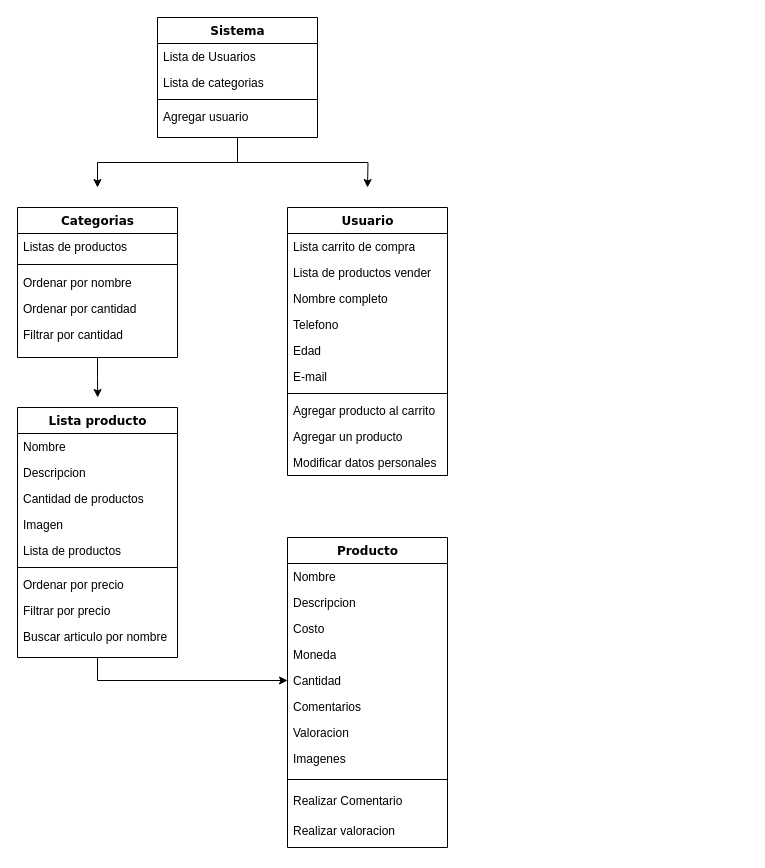
This is Untitled Diagram.drawio from gustavoDuarte96/obligatorioJAP, a draw.io file, before an edit. Source tidied: cells renumbered, new cells numbered last; positions are measured from the earlier drawing's top-left corner, leaving out a move shared by most shapes. Both pictures are drawn from the tidied source at 100%, with x=0, y=0 at pixel (17, 17).
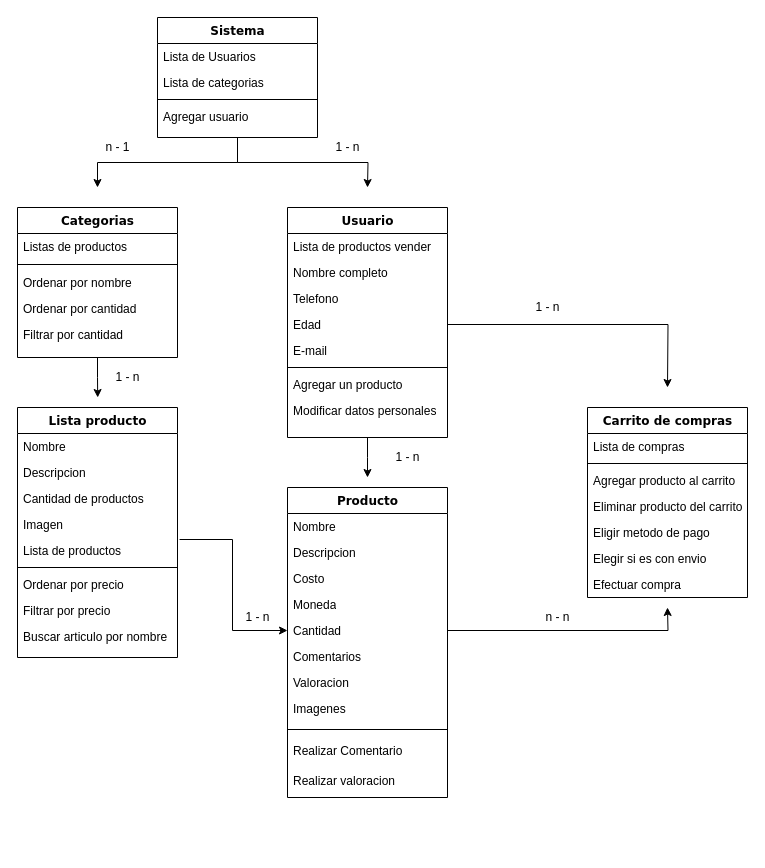
The same page after the edit.

Commit message:
Diagrama terminado

Unchanged cells that the change refers to:
```xml
<mxCell id="21" value="Lista producto" style="swimlane;html=1;fontStyle=1;align=center;verticalAlign=top;horizontal=1;startSize=26;swimlaneFillColor=#ffffff;rounded=0;shadow=0;comic=0;labelBackgroundColor=none;strokeWidth=1;fillColor=none;fontFamily=Verdana;fontSize=12;" parent="1" vertex="1">
  <mxGeometry y="390" width="160" height="250" as="geometry" />
</mxCell>
<mxCell id="25" value="Imagen&lt;br&gt;" style="text;html=1;strokeColor=none;fillColor=none;align=left;verticalAlign=top;spacingLeft=4;spacingRight=4;whiteSpace=wrap;overflow=hidden;points=[[0,0.5],[1,0.5]];portConstraint=eastwest;" parent="21" vertex="1">
  <mxGeometry y="104" width="160" height="26" as="geometry" />
</mxCell>
<mxCell id="36" value="Cantidad&lt;br&gt;" style="text;html=1;strokeColor=none;fillColor=none;align=left;verticalAlign=top;spacingLeft=4;spacingRight=4;whiteSpace=wrap;overflow=hidden;points=[[0,0.5],[1,0.5]];portConstraint=eastwest;" parent="31" vertex="1">
  <mxGeometry y="130" width="160" height="26" as="geometry" />
</mxCell>
```

Diff of the diagram source:
```diff
@@
+    <mxCell id="50" style="edgeStyle=orthogonalEdgeStyle;rounded=0;jettySize=auto;html=1;exitX=0.5;exitY=1;exitDx=0;exitDy=0;" parent="1" edge="1" source="9">
+      <mxGeometry relative="1" as="geometry">
+        <mxPoint x="350" y="460" as="targetPoint" />
+      </mxGeometry>
+    </mxCell>
     <mxCell id="9" value="Usuario" style="swimlane;html=1;fontStyle=1;align=center;verticalAlign=top;horizontal=1;startSize=26;swimlaneFillColor=#ffffff;rounded=0;shadow=0;comic=0;labelBackgroundColor=none;strokeWidth=1;fillColor=none;fontFamily=Verdana;fontSize=12;" parent="1" vertex="1">
-      <mxGeometry x="270" y="190" width="160" height="268" as="geometry" />
+      <mxGeometry x="270" y="190" width="160" height="230" as="geometry" />
     </mxCell>
-    <mxCell id="10" value="Lista carrito de compra&lt;br&gt;" style="text;html=1;strokeColor=none;fillColor=none;align=left;verticalAlign=top;spacingLeft=4;spacingRight=4;whiteSpace=wrap;overflow=hidden;" parent="9" vertex="1">
-      <mxGeometry y="26" width="160" height="26" as="geometry" />
-    </mxCell>
     <mxCell id="11" value="Lista de productos vender" style="text;html=1;strokeColor=none;fillColor=none;align=left;verticalAlign=top;spacingLeft=4;spacingRight=4;whiteSpace=wrap;overflow=hidden;" parent="9" vertex="1">
-      <mxGeometry y="52" width="160" height="26" as="geometry" />
+      <mxGeometry y="26" width="160" height="26" as="geometry" />
     </mxCell>
     <mxCell id="12" value="Nombre completo" style="text;html=1;strokeColor=none;fillColor=none;align=left;verticalAlign=top;spacingLeft=4;spacingRight=4;whiteSpace=wrap;overflow=hidden;" parent="9" vertex="1">
-      <mxGeometry y="78" width="160" height="26" as="geometry" />
+      <mxGeometry y="52" width="160" height="26" as="geometry" />
     </mxCell>
     <mxCell id="13" value="Telefono" style="text;html=1;strokeColor=none;fillColor=none;align=left;verticalAlign=top;spacingLeft=4;spacingRight=4;whiteSpace=wrap;overflow=hidden;" parent="9" vertex="1">
-      <mxGeometry y="104" width="160" height="26" as="geometry" />
+      <mxGeometry y="78" width="160" height="26" as="geometry" />
     </mxCell>
     <mxCell id="14" value="Edad" style="text;html=1;strokeColor=none;fillColor=none;align=left;verticalAlign=top;spacingLeft=4;spacingRight=4;whiteSpace=wrap;overflow=hidden;points=[[0,0.5],[1,0.5]];portConstraint=eastwest;" parent="9" vertex="1">
-      <mxGeometry y="130" width="160" height="26" as="geometry" />
+      <mxGeometry y="104" width="160" height="26" as="geometry" />
     </mxCell>
     <mxCell id="15" value="E-mail" style="text;html=1;strokeColor=none;fillColor=none;align=left;verticalAlign=top;spacingLeft=4;spacingRight=4;whiteSpace=wrap;overflow=hidden;" parent="9" vertex="1">
-      <mxGeometry y="156" width="160" height="26" as="geometry" />
+      <mxGeometry y="130" width="160" height="26" as="geometry" />
     </mxCell>
     <mxCell id="16" style="line;html=1;strokeWidth=1;fillColor=none;align=left;verticalAlign=middle;spacingTop=-1;spacingLeft=3;spacingRight=3;labelPosition=right;" parent="9" vertex="1">
-      <mxGeometry y="182" width="160" height="8" as="geometry" />
+      <mxGeometry y="156" width="160" height="8" as="geometry" />
     </mxCell>
-    <mxCell id="17" value="Agregar producto al carrito" style="text;html=1;strokeColor=none;fillColor=none;align=left;verticalAlign=top;spacingLeft=4;spacingRight=4;whiteSpace=wrap;overflow=hidden;" parent="9" vertex="1">
-      <mxGeometry y="190" width="160" height="26" as="geometry" />
-    </mxCell>
     <mxCell id="18" value="Agregar un producto" style="text;html=1;strokeColor=none;fillColor=none;align=left;verticalAlign=top;spacingLeft=4;spacingRight=4;whiteSpace=wrap;overflow=hidden;" parent="9" vertex="1">
-      <mxGeometry y="216" width="160" height="26" as="geometry" />
+      <mxGeometry y="164" width="160" height="26" as="geometry" />
     </mxCell>
     <mxCell id="19" value="Modificar datos personales" style="text;html=1;strokeColor=none;fillColor=none;align=left;verticalAlign=top;spacingLeft=4;spacingRight=4;whiteSpace=wrap;overflow=hidden;" parent="9" vertex="1">
-      <mxGeometry y="242" width="160" height="26" as="geometry" />
+      <mxGeometry y="190" width="160" height="26" as="geometry" />
     </mxCell>
-    <mxCell id="20" style="edgeStyle=orthogonalEdgeStyle;rounded=0;jettySize=auto;html=1;exitX=0.5;exitY=1;exitDx=0;exitDy=0;entryX=0;entryY=0.5;entryDx=0;entryDy=0;" parent="1" edge="1" source="21" target="36">
+    <mxCell id="20" style="edgeStyle=orthogonalEdgeStyle;rounded=0;jettySize=auto;html=1;exitX=1.013;exitY=1.077;exitDx=0;exitDy=0;entryX=0;entryY=0.5;entryDx=0;entryDy=0;exitPerimeter=0;" parent="1" edge="1" source="25" target="36">
       <mxGeometry relative="1" as="geometry" />
     </mxCell>
@@
     <mxCell id="31" value="Producto&lt;br&gt;" style="swimlane;html=1;fontStyle=1;align=center;verticalAlign=top;horizontal=1;startSize=26;swimlaneFillColor=#ffffff;rounded=0;shadow=0;comic=0;labelBackgroundColor=none;strokeWidth=1;fillColor=none;fontFamily=Verdana;fontSize=12;" parent="1" vertex="1">
-      <mxGeometry x="270" y="520" width="160" height="310" as="geometry" />
+      <mxGeometry x="270" y="470" width="160" height="310" as="geometry" />
     </mxCell>
@@
+    <mxCell id="51" value="n - 1&lt;br&gt;" style="text;html=1;align=center;verticalAlign=middle;fillColor=none;strokeColor=none;rounded=0;" parent="1" vertex="1">
+      <mxGeometry x="80" y="120" width="40" height="20" as="geometry" />
+    </mxCell>
+    <mxCell id="52" value="1 - n&lt;br&gt;" style="text;html=1;align=center;verticalAlign=middle;fillColor=none;strokeColor=none;rounded=0;" parent="1" vertex="1">
+      <mxGeometry x="310" y="120" width="40" height="20" as="geometry" />
+    </mxCell>
+    <mxCell id="53" value="1 - n" style="text;html=1;align=center;verticalAlign=middle;fillColor=none;strokeColor=none;rounded=0;" parent="1" vertex="1">
+      <mxGeometry x="90" y="350" width="40" height="20" as="geometry" />
+    </mxCell>
+    <mxCell id="54" value="1 - n" style="text;html=1;align=center;verticalAlign=middle;fillColor=none;strokeColor=none;rounded=0;" parent="1" vertex="1">
+      <mxGeometry x="220" y="590" width="40" height="20" as="geometry" />
+    </mxCell>
+    <mxCell id="55" value="Carrito de compras" style="swimlane;html=1;fontStyle=1;align=center;verticalAlign=top;horizontal=1;startSize=26;swimlaneFillColor=#ffffff;rounded=0;shadow=0;comic=0;labelBackgroundColor=none;strokeWidth=1;fillColor=none;fontFamily=Verdana;fontSize=12;" parent="1" vertex="1">
+      <mxGeometry x="570" y="390" width="160" height="190" as="geometry" />
+    </mxCell>
+    <mxCell id="56" value="Lista de compras" style="text;html=1;strokeColor=none;fillColor=none;align=left;verticalAlign=top;spacingLeft=4;spacingRight=4;whiteSpace=wrap;overflow=hidden;" parent="55" vertex="1">
+      <mxGeometry y="26" width="160" height="26" as="geometry" />
+    </mxCell>
+    <mxCell id="57" style="line;html=1;strokeWidth=1;fillColor=none;align=left;verticalAlign=middle;spacingTop=-1;spacingLeft=3;spacingRight=3;labelPosition=right;" parent="55" vertex="1">
+      <mxGeometry y="52" width="160" height="8" as="geometry" />
+    </mxCell>
+    <mxCell id="17" value="Agregar producto al carrito" style="text;html=1;strokeColor=none;fillColor=none;align=left;verticalAlign=top;spacingLeft=4;spacingRight=4;whiteSpace=wrap;overflow=hidden;" parent="55" vertex="1">
+      <mxGeometry y="60" width="160" height="26" as="geometry" />
+    </mxCell>
+    <mxCell id="58" value="Eliminar producto del carrito" style="text;html=1;strokeColor=none;fillColor=none;align=left;verticalAlign=top;spacingLeft=4;spacingRight=4;whiteSpace=wrap;overflow=hidden;" parent="55" vertex="1">
+      <mxGeometry y="86" width="160" height="26" as="geometry" />
+    </mxCell>
+    <mxCell id="59" value="Eligir metodo de pago" style="text;html=1;strokeColor=none;fillColor=none;align=left;verticalAlign=top;spacingLeft=4;spacingRight=4;whiteSpace=wrap;overflow=hidden;" parent="55" vertex="1">
+      <mxGeometry y="112" width="160" height="26" as="geometry" />
+    </mxCell>
+    <mxCell id="60" value="Elegir si es con envio" style="text;html=1;strokeColor=none;fillColor=none;align=left;verticalAlign=top;spacingLeft=4;spacingRight=4;whiteSpace=wrap;overflow=hidden;" parent="55" vertex="1">
+      <mxGeometry y="138" width="160" height="26" as="geometry" />
+    </mxCell>
+    <mxCell id="61" value="1 - n" style="text;html=1;align=center;verticalAlign=middle;fillColor=none;strokeColor=none;rounded=0;" parent="1" vertex="1">
+      <mxGeometry x="370" y="430" width="40" height="20" as="geometry" />
+    </mxCell>
+    <mxCell id="62" style="edgeStyle=orthogonalEdgeStyle;rounded=0;jettySize=auto;html=1;exitX=1;exitY=0.5;exitDx=0;exitDy=0;" parent="1" edge="1" source="14">
+      <mxGeometry relative="1" as="geometry">
+        <mxPoint x="650" y="370" as="targetPoint" />
+      </mxGeometry>
+    </mxCell>
+    <mxCell id="63" style="edgeStyle=orthogonalEdgeStyle;rounded=0;jettySize=auto;html=1;exitX=1;exitY=0.5;exitDx=0;exitDy=0;" parent="1" edge="1" source="36">
+      <mxGeometry relative="1" as="geometry">
+        <mxPoint x="650" y="590" as="targetPoint" />
+      </mxGeometry>
+    </mxCell>
+    <mxCell id="64" value="n - n" style="text;html=1;align=center;verticalAlign=middle;fillColor=none;strokeColor=none;rounded=0;" parent="1" vertex="1">
+      <mxGeometry x="520" y="590" width="40" height="20" as="geometry" />
+    </mxCell>
+    <mxCell id="65" value="1 - n" style="text;html=1;align=center;verticalAlign=middle;fillColor=none;strokeColor=none;rounded=0;" parent="1" vertex="1">
+      <mxGeometry x="510" y="280" width="40" height="20" as="geometry" />
+    </mxCell>
+    <mxCell id="66" value="Efectuar compra" style="text;html=1;strokeColor=none;fillColor=none;align=left;verticalAlign=top;spacingLeft=4;spacingRight=4;whiteSpace=wrap;overflow=hidden;" parent="1" vertex="1">
+      <mxGeometry x="570" y="554" width="160" height="26" as="geometry" />
+    </mxCell>
```
